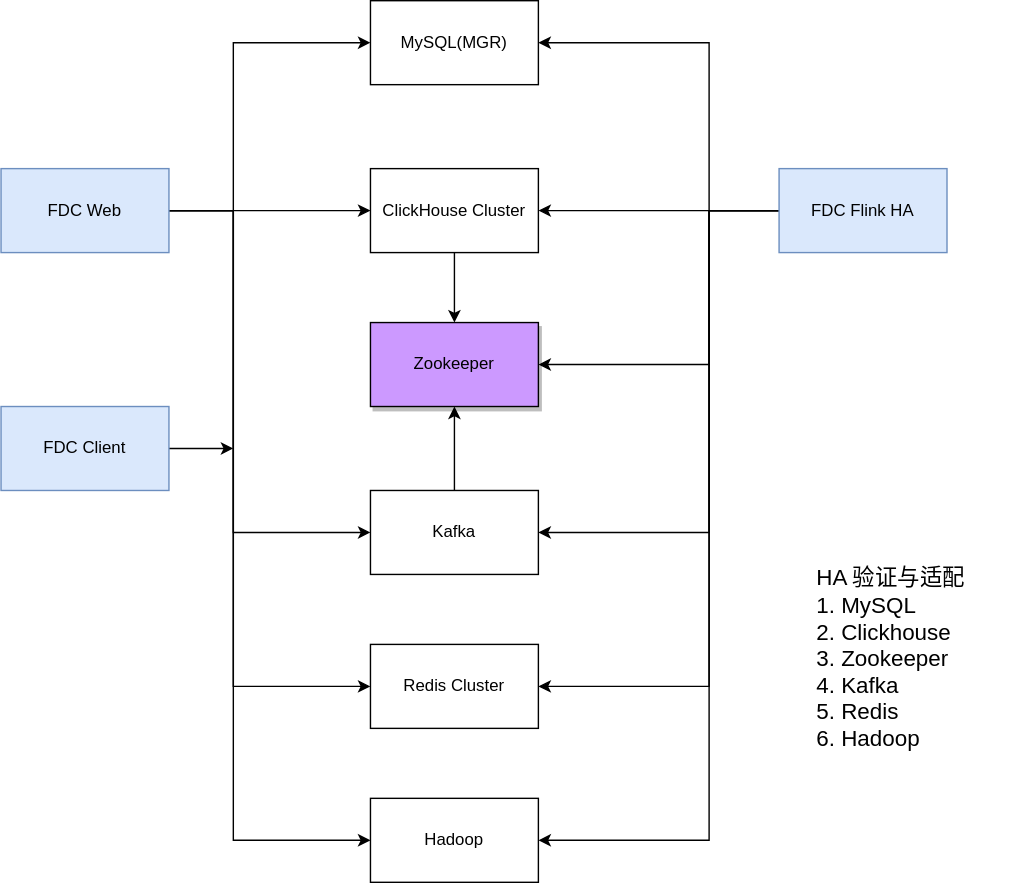
This is FDC分布式集群方案.drawio.svg from siyawu/draw, a draw.io export, as it was before one commit. Source tidied: cells renumbered, new cells last; positions are measured from the earlier drawing's top-left corner, leaving out a move shared by most shapes.
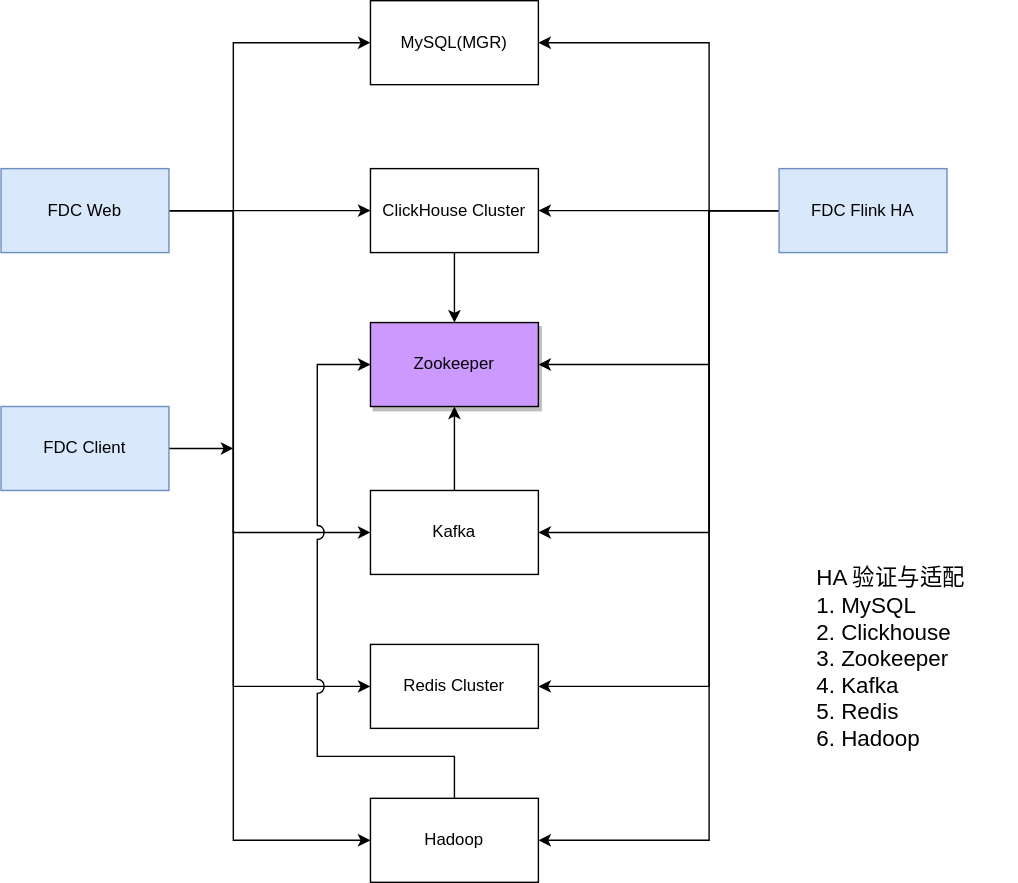
The same diagram one commit later.

Commit message:
更新FDC分布式集群方案.drawio.svg

What changed in the source:
```diff
@@ -107,6 +107,15 @@
     <mxCell id="21" value="FDC Flink HA" style="rounded=0;whiteSpace=wrap;html=1;fillColor=#dae8fc;strokeColor=#6c8ebf;" parent="1" vertex="1">
       <mxGeometry x="556" y="120" width="120" height="60" as="geometry" />
     </mxCell>
+    <mxCell id="26" style="edgeStyle=orthogonalEdgeStyle;rounded=0;jettySize=auto;html=1;entryX=0;entryY=0.5;entryDx=0;entryDy=0;jumpStyle=arc;jumpSize=10;" parent="1" edge="1" source="22" target="8">
+      <mxGeometry relative="1" as="geometry">
+        <Array as="points">
+          <mxPoint x="324" y="540" />
+          <mxPoint x="226" y="540" />
+          <mxPoint x="226" y="260" />
+        </Array>
+      </mxGeometry>
+    </mxCell>
     <mxCell id="22" value="Hadoop" style="rounded=0;whiteSpace=wrap;html=1;" parent="1" vertex="1">
       <mxGeometry x="264" y="570" width="120" height="60" as="geometry" />
     </mxCell>
```
